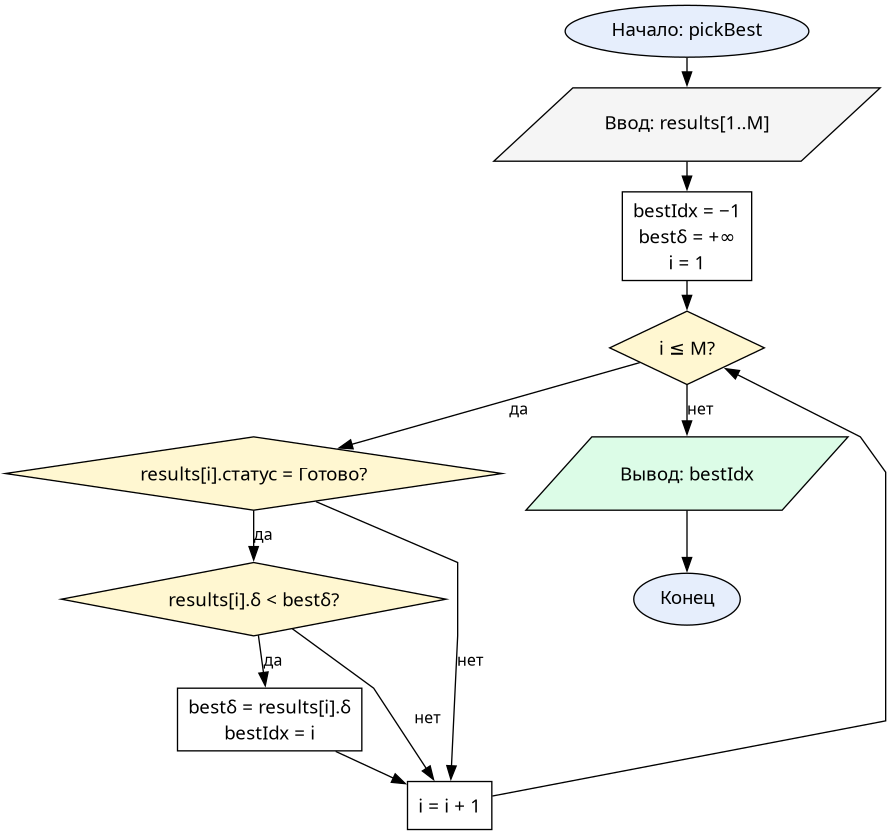
Above: reports/resources/flowcharts/ls_best.png in Oriptal/calc-math-lab2 (Graphviz), before the change. Its source is kept beside it as reports/resources/flowcharts/ls_best.dot. Source of this version:
```dot
digraph LSBest {
  graph [fontname="CMU Serif", rankdir=TB, nodesep=0.25, ranksep=0.3, splines=polyline]
  node  [fontname="CMU Serif", fontsize=14, style="filled", fillcolor="#ffffff", color="#000000"]
  edge  [fontname="CMU Serif", fontsize=12, color="#000000"]

  start  [label="Начало: pickBest", shape=oval, fillcolor="#e6eefc"]
  input  [label="Ввод: results[1..M]", shape=parallelogram, fillcolor="#f5f5f5"]
  init   [label=<bestIdx = −1<BR/>bestδ = +∞<BR/>i = 1>, shape=box]
  loop   [label=<i ≤ M?>, shape=diamond, fillcolor="#fff7d1"]
  chko   [label=<results[i].статус = Готово?>, shape=diamond, fillcolor="#fff7d1"]
  chkd   [label=<results[i].δ &lt; bestδ?>, shape=diamond, fillcolor="#fff7d1"]
  upd    [label=<bestδ = results[i].δ<BR/>bestIdx = i>, shape=box]
  next   [label=<i = i + 1>, shape=box]
  output [label=<Вывод: bestIdx>, shape=parallelogram, fillcolor="#dcfce7"]
  stop   [label="Конец", shape=oval, fillcolor="#e6eefc"]

  start -> input -> init -> loop
  loop -> chko [label="да"]
  chko -> chkd [label="да"]
  chko -> next [label="нет"]
  chkd -> upd [label="да"]
  chkd -> next [label="нет"]
  upd -> next
  next -> loop
  loop -> output [label="нет"]
  output -> stop
}
```
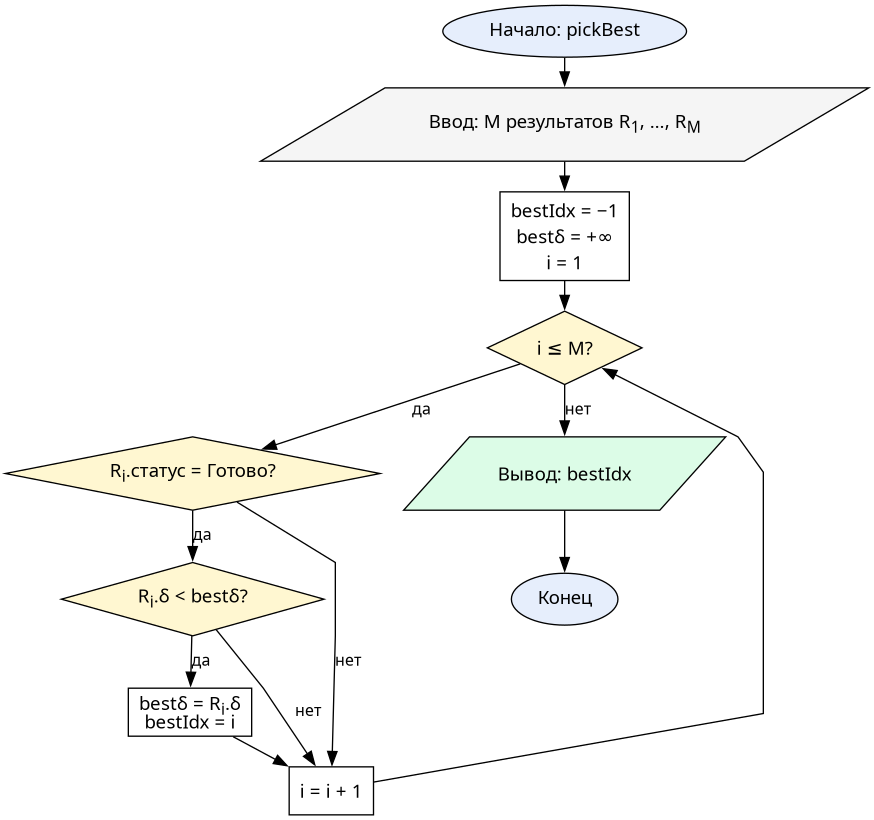
The same file after the commit.

Change to the diagram source:
```diff
@@ -4,12 +4,12 @@
   edge  [fontname="CMU Serif", fontsize=12, color="#000000"]
 
   start  [label="Начало: pickBest", shape=oval, fillcolor="#e6eefc"]
-  input  [label="Ввод: results[1..M]", shape=parallelogram, fillcolor="#f5f5f5"]
+  input  [label=<Ввод: M результатов R<SUB>1</SUB>, …, R<SUB>M</SUB>>, shape=parallelogram, fillcolor="#f5f5f5"]
   init   [label=<bestIdx = −1<BR/>bestδ = +∞<BR/>i = 1>, shape=box]
   loop   [label=<i ≤ M?>, shape=diamond, fillcolor="#fff7d1"]
-  chko   [label=<results[i].статус = Готово?>, shape=diamond, fillcolor="#fff7d1"]
-  chkd   [label=<results[i].δ &lt; bestδ?>, shape=diamond, fillcolor="#fff7d1"]
-  upd    [label=<bestδ = results[i].δ<BR/>bestIdx = i>, shape=box]
+  chko   [label=<R<SUB>i</SUB>.статус = Готово?>, shape=diamond, fillcolor="#fff7d1"]
+  chkd   [label=<R<SUB>i</SUB>.δ &lt; bestδ?>, shape=diamond, fillcolor="#fff7d1"]
+  upd    [label=<bestδ = R<SUB>i</SUB>.δ<BR/>bestIdx = i>, shape=box]
   next   [label=<i = i + 1>, shape=box]
   output [label=<Вывод: bestIdx>, shape=parallelogram, fillcolor="#dcfce7"]
   stop   [label="Конец", shape=oval, fillcolor="#e6eefc"]
```
